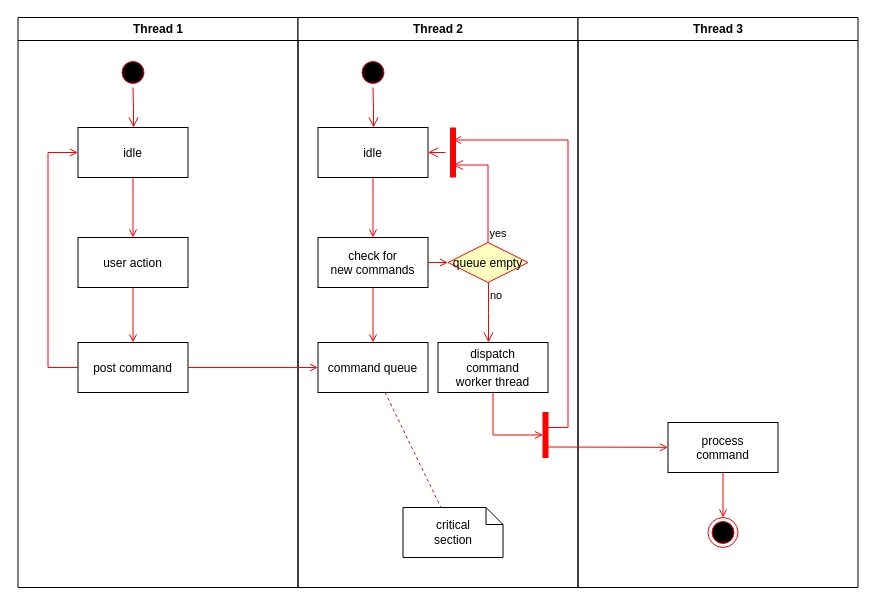
The draw.io diagram Untitled Diagram.drawio in liamxujia/diagrams, before the edit. Source tidied: cells renumbered, new cells numbered last; positions are measured from the earlier drawing's top-left corner, leaving out a move shared by most shapes. Both pictures are drawn from the tidied source at 100%, with x=0, y=0 at pixel (17, 17).
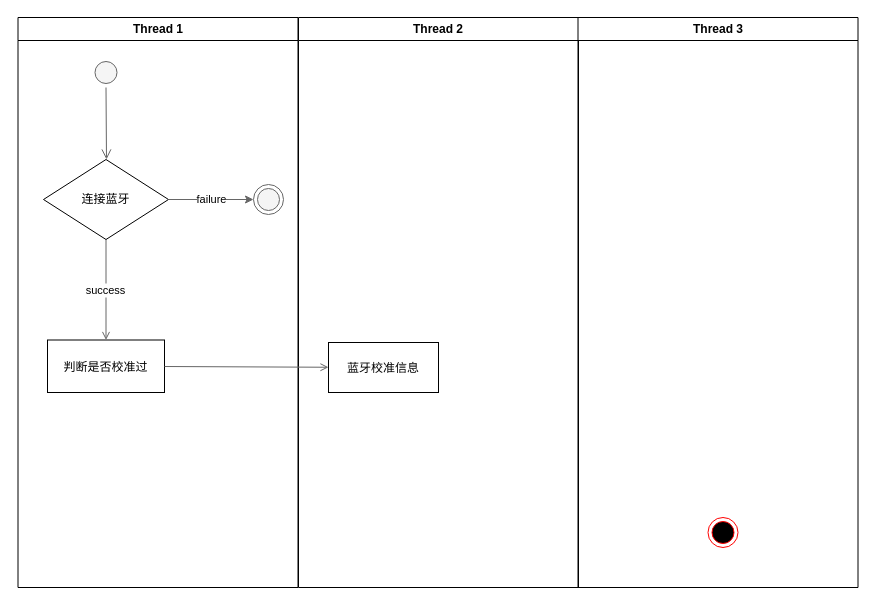
The same diagram, later.

Unchanged cells that the change refers to:
```xml
<mxCell id="2" value="Thread 1" style="swimlane;whiteSpace=wrap;" parent="1" vertex="1">
  <mxGeometry x="0.5" width="280" height="570" as="geometry" />
</mxCell>
<mxCell id="30" value="Thread 3" style="swimlane;whiteSpace=wrap;" parent="1" vertex="1">
  <mxGeometry x="560.5" width="280" height="570" as="geometry" />
</mxCell>
<mxCell id="34" style="ellipse;shape=endState;fillColor=#000000;strokeColor=#ff0000;" parent="30" vertex="1">
  <mxGeometry x="130" y="500" width="30" height="30" as="geometry" />
</mxCell>
```

Diff of the diagram source:
```diff
@@
-    <mxCell id="3" style="ellipse;shape=startState;fillColor=#000000;strokeColor=#ff0000;" parent="2" vertex="1">
-      <mxGeometry x="100" y="40" width="30" height="30" as="geometry" />
+    <mxCell id="3" style="ellipse;shape=startState;fillColor=#f5f5f5;strokeColor=#666666;fontColor=#333333;" parent="2" vertex="1">
+      <mxGeometry x="73" y="40" width="30" height="30" as="geometry" />
     </mxCell>
-    <mxCell id="4" style="edgeStyle=elbowEdgeStyle;elbow=horizontal;verticalAlign=bottom;endArrow=open;endSize=8;strokeColor=#FF0000;endFill=1;rounded=0;" parent="2" edge="1" source="3" target="5">
+    <mxCell id="4" style="edgeStyle=elbowEdgeStyle;elbow=horizontal;verticalAlign=bottom;endArrow=open;endSize=8;strokeColor=#666666;endFill=1;rounded=0;entryX=0.5;entryY=0;entryDx=0;entryDy=0;fillColor=#f5f5f5;" parent="2" edge="1" source="3" target="37">
       <mxGeometry x="100" y="40" as="geometry" />
     </mxCell>
-    <mxCell id="5" value="idle" parent="2" vertex="1">
-      <mxGeometry x="60" y="110" width="110" height="50" as="geometry" />
-    </mxCell>
-    <mxCell id="6" value="user action" parent="2" vertex="1">
-      <mxGeometry x="60" y="220" width="110" height="50" as="geometry" />
-    </mxCell>
-    <mxCell id="7" style="endArrow=open;strokeColor=#FF0000;endFill=1;rounded=0;" parent="2" edge="1" source="5" target="6">
-      <mxGeometry relative="1" as="geometry" />
-    </mxCell>
-    <mxCell id="8" value="post command" parent="2" vertex="1">
-      <mxGeometry x="60" y="325" width="110" height="50" as="geometry" />
+    <mxCell id="8" value="判断是否校准过" parent="2" vertex="1">
+      <mxGeometry x="29.5" y="322.5" width="117" height="52.5" as="geometry" />
     </mxCell>
-    <mxCell id="9" style="endArrow=open;strokeColor=#FF0000;endFill=1;rounded=0;" parent="2" edge="1" source="6" target="8">
+    <mxCell id="9" value="success" style="endArrow=open;strokeColor=#666666;endFill=1;rounded=0;exitX=0.5;exitY=1;exitDx=0;exitDy=0;fillColor=#f5f5f5;" parent="2" edge="1" source="37" target="8">
       <mxGeometry relative="1" as="geometry" />
     </mxCell>
-    <mxCell id="10" style="edgeStyle=elbowEdgeStyle;elbow=horizontal;strokeColor=#FF0000;endArrow=open;endFill=1;rounded=0;" parent="2" edge="1" source="8" target="5">
-      <mxGeometry relative="1" as="geometry">
-        <Array as="points">
-          <mxPoint x="30" y="250" />
-        </Array>
-      </mxGeometry>
-    </mxCell>
+    <mxCell id="37" value="连接蓝牙" style="rhombus;whiteSpace=wrap;html=1;" parent="2" vertex="1">
+      <mxGeometry x="25.5" y="142" width="125" height="80" as="geometry" />
+    </mxCell>
+    <mxCell id="38" style="ellipse;shape=endState;fillColor=#f5f5f5;strokeColor=#666666;fontColor=#333333;" parent="2" vertex="1">
+      <mxGeometry x="235.5" y="167" width="30" height="30" as="geometry" />
+    </mxCell>
+    <mxCell id="39" value="failure" style="edgeStyle=orthogonalEdgeStyle;rounded=0;jettySize=auto;html=1;fillColor=#f5f5f5;strokeColor=#666666;entryX=0;entryY=0.5;entryDx=0;entryDy=0;" parent="2" edge="1" source="37" target="38">
+      <mxGeometry relative="1" as="geometry" />
+    </mxCell>
     <mxCell id="11" value="Thread 2" style="swimlane;whiteSpace=wrap;" parent="1" vertex="1">
-      <mxGeometry x="280.5" width="280" height="570" as="geometry" />
+      <mxGeometry x="281" width="280" height="570" as="geometry" />
     </mxCell>
-    <mxCell id="12" style="ellipse;shape=startState;fillColor=#000000;strokeColor=#ff0000;" parent="11" vertex="1">
-      <mxGeometry x="60" y="40" width="30" height="30" as="geometry" />
-    </mxCell>
-    <mxCell id="13" style="edgeStyle=elbowEdgeStyle;elbow=horizontal;verticalAlign=bottom;endArrow=open;endSize=8;strokeColor=#FF0000;endFill=1;rounded=0;" parent="11" edge="1" source="12" target="14">
-      <mxGeometry x="40" y="20" as="geometry" />
-    </mxCell>
-    <mxCell id="14" value="idle" parent="11" vertex="1">
-      <mxGeometry x="20" y="110" width="110" height="50" as="geometry" />
-    </mxCell>
-    <mxCell id="15" value="check for &#10;new commands" parent="11" vertex="1">
-      <mxGeometry x="20" y="220" width="110" height="50" as="geometry" />
-    </mxCell>
-    <mxCell id="16" style="endArrow=open;strokeColor=#FF0000;endFill=1;rounded=0;" parent="11" edge="1" source="14" target="15">
-      <mxGeometry relative="1" as="geometry" />
-    </mxCell>
-    <mxCell id="17" value="command queue" parent="11" vertex="1">
-      <mxGeometry x="20" y="325" width="110" height="50" as="geometry" />
+    <mxCell id="17" value="蓝牙校准信息" parent="11" vertex="1">
+      <mxGeometry x="30" y="325" width="110" height="50" as="geometry" />
     </mxCell>
-    <mxCell id="18" style="endArrow=open;strokeColor=#FF0000;endFill=1;rounded=0;" parent="11" edge="1" source="15" target="17">
-      <mxGeometry relative="1" as="geometry" />
-    </mxCell>
-    <mxCell id="19" value="queue empty" style="rhombus;fillColor=#ffffc0;strokeColor=#ff0000;" parent="11" vertex="1">
-      <mxGeometry x="150" y="225" width="80" height="40" as="geometry" />
-    </mxCell>
-    <mxCell id="20" value="yes" style="edgeStyle=elbowEdgeStyle;elbow=horizontal;align=left;verticalAlign=bottom;endArrow=open;endSize=8;strokeColor=#FF0000;exitX=0.5;exitY=0;endFill=1;rounded=0;entryX=0.75;entryY=0.5;entryPerimeter=0;" parent="11" edge="1" source="19" target="23">
-      <mxGeometry x="-1" relative="1" as="geometry">
-        <Array as="points">
-          <mxPoint x="190" y="180" />
-        </Array>
-      </mxGeometry>
-    </mxCell>
-    <mxCell id="21" value="no" style="edgeStyle=elbowEdgeStyle;elbow=horizontal;align=left;verticalAlign=top;endArrow=open;endSize=8;strokeColor=#FF0000;endFill=1;rounded=0;" parent="11" edge="1" source="19" target="25">
-      <mxGeometry x="-1" relative="1" as="geometry" />
-    </mxCell>
-    <mxCell id="22" style="endArrow=open;strokeColor=#FF0000;endFill=1;rounded=0;" parent="11" edge="1" source="15" target="19">
-      <mxGeometry relative="1" as="geometry" />
-    </mxCell>
-    <mxCell id="23" style="shape=line;strokeWidth=6;strokeColor=#ff0000;rotation=90;" parent="11" vertex="1">
-      <mxGeometry x="130" y="127.5" width="50" height="15" as="geometry" />
-    </mxCell>
-    <mxCell id="24" style="edgeStyle=elbowEdgeStyle;elbow=horizontal;verticalAlign=bottom;endArrow=open;endSize=8;strokeColor=#FF0000;endFill=1;rounded=0;" parent="11" edge="1" source="23" target="14">
-      <mxGeometry x="130" y="90" as="geometry" />
-    </mxCell>
-    <mxCell id="25" value="dispatch&#10;command&#10;worker thread" parent="11" vertex="1">
-      <mxGeometry x="140" y="325" width="110" height="50" as="geometry" />
-    </mxCell>
-    <mxCell id="26" value="critical&#10;section" style="shape=note;whiteSpace=wrap;size=17;" parent="11" vertex="1">
-      <mxGeometry x="105" y="490" width="100" height="50" as="geometry" />
-    </mxCell>
-    <mxCell id="27" style="endArrow=none;strokeColor=#FF0000;endFill=0;rounded=0;dashed=1;" parent="11" edge="1" source="17" target="26">
-      <mxGeometry relative="1" as="geometry" />
-    </mxCell>
-    <mxCell id="28" style="whiteSpace=wrap;strokeColor=#FF0000;fillColor=#FF0000;" parent="11" vertex="1">
-      <mxGeometry x="245" y="395" width="5" height="45" as="geometry" />
-    </mxCell>
-    <mxCell id="29" style="edgeStyle=elbowEdgeStyle;elbow=horizontal;entryX=0;entryY=0.5;strokeColor=#FF0000;endArrow=open;endFill=1;rounded=0;" parent="11" edge="1" source="25" target="28">
-      <mxGeometry relative="1" as="geometry">
-        <Array as="points">
-          <mxPoint x="195" y="400" />
-        </Array>
-      </mxGeometry>
-    </mxCell>
@@
-    <mxCell id="31" value="process&#10;command" parent="30" vertex="1">
-      <mxGeometry x="90" y="405" width="110" height="50" as="geometry" />
-    </mxCell>
-    <mxCell id="32" style="edgeStyle=elbowEdgeStyle;elbow=horizontal;strokeColor=#FF0000;endArrow=open;endFill=1;rounded=0;entryX=0.25;entryY=0.5;entryPerimeter=0;" parent="30" edge="1" target="23">
-      <mxGeometry relative="1" as="geometry">
-        <mxPoint x="-30" y="410" as="sourcePoint" />
-        <Array as="points">
-          <mxPoint x="-10" y="135" />
-        </Array>
-      </mxGeometry>
-    </mxCell>
-    <mxCell id="33" style="edgeStyle=none;strokeColor=#FF0000;endArrow=open;endFill=1;rounded=0;" parent="30" edge="1" target="31">
-      <mxGeometry relative="1" as="geometry">
-        <mxPoint x="-30" y="429.5" as="sourcePoint" />
-      </mxGeometry>
-    </mxCell>
@@
-    <mxCell id="35" style="endArrow=open;strokeColor=#FF0000;endFill=1;rounded=0;" parent="30" edge="1" source="31" target="34">
-      <mxGeometry relative="1" as="geometry" />
-    </mxCell>
-    <mxCell id="36" style="endArrow=open;strokeColor=#FF0000;endFill=1;rounded=0;" parent="1" edge="1" source="8" target="17">
+    <mxCell id="36" style="endArrow=open;strokeColor=#666666;endFill=1;rounded=0;fillColor=#f5f5f5;" parent="1" edge="1" source="8" target="17">
       <mxGeometry relative="1" as="geometry" />
     </mxCell>
```
